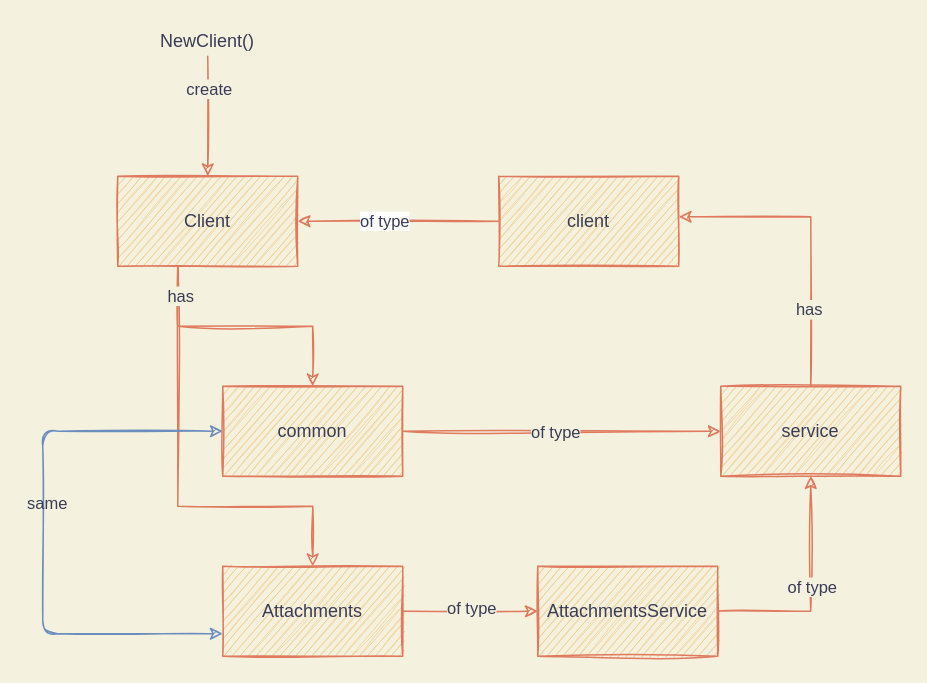
Above: docs/insights/2023/images/reuse-client.drawio in iamsecb/dev-day-journal (draw.io), before the change. Source tidied: cells renumbered, new cells numbered last; positions are measured from the earlier drawing's top-left corner, leaving out a move shared by most shapes. Both pictures are drawn from the tidied source at 150%, with x=0, y=0 at pixel (42, 26).
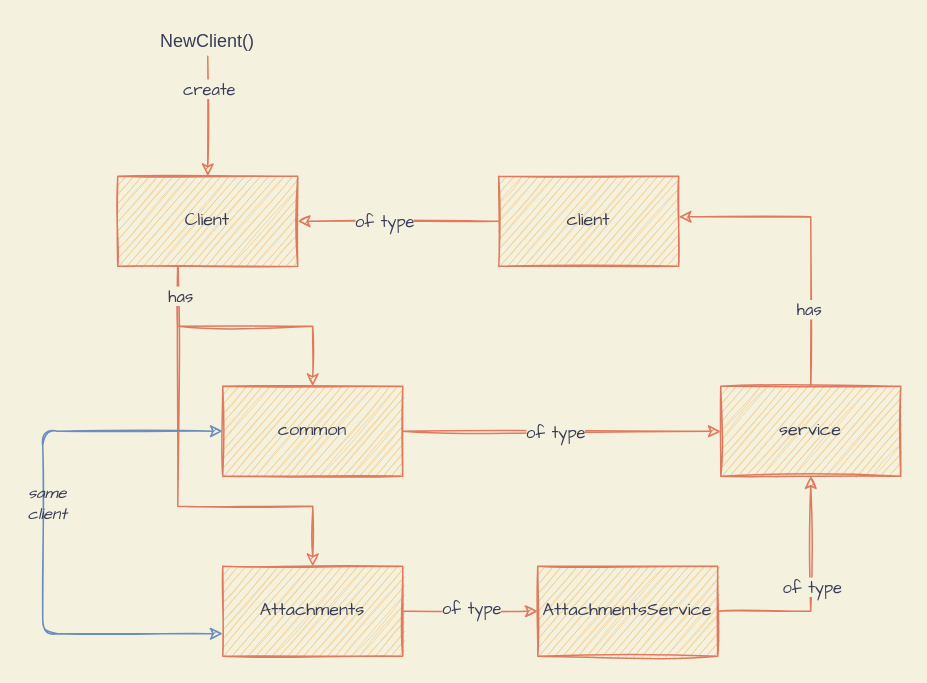
After the change.

Commit message:
style(image): Update font and fix text bg color in reuse-client.drawio

Unchanged cells that the change refers to:
```xml
<mxCell id="14" style="edgeStyle=orthogonalEdgeStyle;rounded=0;jettySize=auto;html=1;entryX=0.5;entryY=0;entryDx=0;entryDy=0;labelBackgroundColor=#F4F1DE;strokeColor=#E07A5F;fontColor=#393C56;sketch=1;" parent="1" edge="1" source="16" target="5">
  <mxGeometry relative="1" as="geometry" />
</mxCell>
```

What changed in the source:
```diff
@@
-    <mxCell id="2" style="edgeStyle=orthogonalEdgeStyle;rounded=0;jettySize=auto;html=1;labelBackgroundColor=#F4F1DE;strokeColor=#E07A5F;fontColor=#393C56;sketch=1;" parent="1" edge="1" source="5" target="10">
+    <mxCell id="2" style="edgeStyle=orthogonalEdgeStyle;rounded=0;jettySize=auto;html=1;labelBackgroundColor=#F4F1DE;strokeColor=#E07A5F;fontColor=#393C56;sketch=1;fontFamily=Comic Sans MS;" parent="1" edge="1" source="5" target="10">
       <mxGeometry relative="1" as="geometry">
         <Array as="points">
           <mxPoint x="90" y="200" />
           <mxPoint x="180" y="200" />
         </Array>
       </mxGeometry>
     </mxCell>
-    <mxCell id="3" style="edgeStyle=orthogonalEdgeStyle;rounded=0;jettySize=auto;html=1;labelBackgroundColor=#F4F1DE;strokeColor=#E07A5F;fontColor=#393C56;sketch=1;" parent="1" edge="1" source="5" target="19">
+    <mxCell id="3" style="edgeStyle=orthogonalEdgeStyle;rounded=0;jettySize=auto;html=1;labelBackgroundColor=#F4F1DE;strokeColor=#E07A5F;fontColor=#393C56;sketch=1;fontFamily=Comic Sans MS;" parent="1" edge="1" source="5" target="19">
       <mxGeometry relative="1" as="geometry">
         <Array as="points">
           <mxPoint x="90" y="320" />
           <mxPoint x="180" y="320" />
         </Array>
       </mxGeometry>
     </mxCell>
-    <mxCell id="4" value="has" style="edgeLabel;html=1;align=center;verticalAlign=middle;labelBackgroundColor=#F4F1DE;fontColor=#393C56;sketch=1;" parent="3" vertex="1">
+    <mxCell id="4" value="has" style="edgeLabel;html=1;align=center;verticalAlign=middle;labelBackgroundColor=#F4F1DE;fontColor=#393C56;sketch=1;fontFamily=Comic Sans MS;" parent="3" vertex="1">
       <mxGeometry x="-0.87" y="1" relative="1" as="geometry" />
     </mxCell>
-    <mxCell id="5" value="Client" style="rounded=0;whiteSpace=wrap;html=1;fillColor=#F2CC8F;strokeColor=#E07A5F;fontColor=#393C56;sketch=1;" parent="1" vertex="1">
+    <mxCell id="5" value="Client" style="rounded=0;whiteSpace=wrap;html=1;fillColor=#F2CC8F;strokeColor=#E07A5F;fontColor=#393C56;sketch=1;fontFamily=Comic Sans MS;" parent="1" vertex="1">
       <mxGeometry x="50" y="100" width="120" height="60" as="geometry" />
     </mxCell>
-    <mxCell id="6" style="edgeStyle=orthogonalEdgeStyle;rounded=0;jettySize=auto;html=1;labelBackgroundColor=#F4F1DE;strokeColor=#E07A5F;fontColor=#393C56;sketch=1;" parent="1" edge="1" source="10" target="13">
+    <mxCell id="6" style="edgeStyle=orthogonalEdgeStyle;rounded=0;jettySize=auto;html=1;labelBackgroundColor=#F4F1DE;strokeColor=#E07A5F;fontColor=#393C56;sketch=1;fontFamily=Comic Sans MS;" parent="1" edge="1" source="10" target="13">
       <mxGeometry relative="1" as="geometry" />
     </mxCell>
-    <mxCell id="7" value="of type" style="edgeLabel;html=1;align=center;verticalAlign=middle;labelBackgroundColor=#F4F1DE;fontColor=#393C56;sketch=1;" parent="6" vertex="1">
+    <mxCell id="7" value="of type" style="edgeLabel;html=1;align=center;verticalAlign=middle;labelBackgroundColor=#F4F1DE;fontColor=#393C56;sketch=1;fontFamily=Comic Sans MS;" parent="6" vertex="1">
       <mxGeometry x="-0.05" relative="1" as="geometry" />
     </mxCell>
-    <mxCell id="8" style="edgeStyle=orthogonalEdgeStyle;curved=0;rounded=1;sketch=1;jettySize=auto;html=1;entryX=0;entryY=0.75;entryDx=0;entryDy=0;strokeColor=#6c8ebf;fillColor=#dae8fc;fontColor=#393C56;startArrow=classic;startFill=1;" parent="1" edge="1" source="10" target="19">
+    <mxCell id="8" style="edgeStyle=orthogonalEdgeStyle;curved=0;rounded=1;sketch=1;jettySize=auto;html=1;entryX=0;entryY=0.75;entryDx=0;entryDy=0;strokeColor=#6c8ebf;fillColor=#dae8fc;fontColor=#393C56;startArrow=classic;startFill=1;fontFamily=Comic Sans MS;" parent="1" edge="1" source="10" target="19">
       <mxGeometry relative="1" as="geometry">
         <Array as="points">
           <mxPoint y="270" />
           <mxPoint y="405" />
         </Array>
       </mxGeometry>
     </mxCell>
-    <mxCell id="9" value="same" style="edgeLabel;html=1;align=center;verticalAlign=middle;fontColor=#393C56;labelBackgroundColor=none;" parent="8" vertex="1">
+    <mxCell id="9" value="&lt;i&gt;same&lt;br&gt;client&lt;/i&gt;" style="edgeLabel;html=1;align=center;verticalAlign=middle;fontColor=#393C56;labelBackgroundColor=none;fontFamily=Comic Sans MS;" parent="8" vertex="1">
       <mxGeometry x="-0.11" y="2" relative="1" as="geometry" />
     </mxCell>
-    <mxCell id="10" value="common" style="rounded=0;whiteSpace=wrap;html=1;fillColor=#F2CC8F;strokeColor=#E07A5F;fontColor=#393C56;sketch=1;" parent="1" vertex="1">
+    <mxCell id="10" value="common" style="rounded=0;whiteSpace=wrap;html=1;fillColor=#F2CC8F;strokeColor=#E07A5F;fontColor=#393C56;sketch=1;fontFamily=Comic Sans MS;" parent="1" vertex="1">
       <mxGeometry x="120" y="240" width="120" height="60" as="geometry" />
     </mxCell>
-    <mxCell id="11" style="edgeStyle=orthogonalEdgeStyle;rounded=0;jettySize=auto;html=1;labelBackgroundColor=#F4F1DE;strokeColor=#E07A5F;fontColor=#393C56;sketch=1;exitX=0.5;exitY=0;exitDx=0;exitDy=0;" parent="1" edge="1" source="13" target="25">
+    <mxCell id="11" style="edgeStyle=orthogonalEdgeStyle;rounded=0;jettySize=auto;html=1;labelBackgroundColor=#F4F1DE;strokeColor=#E07A5F;fontColor=#393C56;sketch=1;exitX=0.5;exitY=0;exitDx=0;exitDy=0;fontFamily=Comic Sans MS;" parent="1" edge="1" source="13" target="25">
       <mxGeometry relative="1" as="geometry">
         <Array as="points">
           <mxPoint x="512" y="127" />
         </Array>
       </mxGeometry>
     </mxCell>
-    <mxCell id="12" value="has" style="edgeLabel;html=1;align=center;verticalAlign=middle;labelBackgroundColor=#F4F1DE;fontColor=#393C56;sketch=1;" parent="11" vertex="1">
+    <mxCell id="12" value="has" style="edgeLabel;html=1;align=center;verticalAlign=middle;labelBackgroundColor=#F4F1DE;fontColor=#393C56;sketch=1;fontFamily=Comic Sans MS;" parent="11" vertex="1">
       <mxGeometry x="-0.48" y="2" relative="1" as="geometry" />
     </mxCell>
-    <mxCell id="13" value="service" style="whiteSpace=wrap;html=1;rounded=0;fillColor=#F2CC8F;strokeColor=#E07A5F;fontColor=#393C56;sketch=1;" parent="1" vertex="1">
+    <mxCell id="13" value="service" style="whiteSpace=wrap;html=1;rounded=0;fillColor=#F2CC8F;strokeColor=#E07A5F;fontColor=#393C56;sketch=1;fontFamily=Comic Sans MS;" parent="1" vertex="1">
       <mxGeometry x="452" y="240" width="120" height="60" as="geometry" />
     </mxCell>
@@
-    <mxCell id="15" value="create" style="edgeLabel;html=1;align=center;verticalAlign=middle;labelBackgroundColor=#F4F1DE;fontColor=#393C56;sketch=1;" parent="14" vertex="1">
+    <mxCell id="15" value="create" style="edgeLabel;html=1;align=center;verticalAlign=middle;labelBackgroundColor=#F4F1DE;fontColor=#393C56;sketch=1;fontFamily=Comic Sans MS;" parent="14" vertex="1">
       <mxGeometry x="-0.48" relative="1" as="geometry" />
     </mxCell>
@@
-    <mxCell id="17" style="edgeStyle=orthogonalEdgeStyle;rounded=0;jettySize=auto;html=1;entryX=0;entryY=0.5;entryDx=0;entryDy=0;labelBackgroundColor=#F4F1DE;strokeColor=#E07A5F;fontColor=#393C56;sketch=1;" parent="1" edge="1" source="19" target="22">
+    <mxCell id="17" style="edgeStyle=orthogonalEdgeStyle;rounded=0;jettySize=auto;html=1;entryX=0;entryY=0.5;entryDx=0;entryDy=0;labelBackgroundColor=#F4F1DE;strokeColor=#E07A5F;fontColor=#393C56;sketch=1;fontFamily=Comic Sans MS;" parent="1" edge="1" source="19" target="22">
       <mxGeometry relative="1" as="geometry" />
     </mxCell>
-    <mxCell id="18" value="of type" style="edgeLabel;html=1;align=center;verticalAlign=middle;labelBackgroundColor=#F4F1DE;fontColor=#393C56;sketch=1;" parent="17" vertex="1">
+    <mxCell id="18" value="of type" style="edgeLabel;html=1;align=center;verticalAlign=middle;labelBackgroundColor=#F4F1DE;fontColor=#393C56;sketch=1;fontFamily=Comic Sans MS;" parent="17" vertex="1">
       <mxGeometry y="3" relative="1" as="geometry" />
     </mxCell>
-    <mxCell id="19" value="Attachments" style="rounded=0;whiteSpace=wrap;html=1;fillColor=#F2CC8F;strokeColor=#E07A5F;fontColor=#393C56;sketch=1;" parent="1" vertex="1">
+    <mxCell id="19" value="Attachments" style="rounded=0;whiteSpace=wrap;html=1;fillColor=#F2CC8F;strokeColor=#E07A5F;fontColor=#393C56;sketch=1;fontFamily=Comic Sans MS;" parent="1" vertex="1">
       <mxGeometry x="120" y="360" width="120" height="60" as="geometry" />
     </mxCell>
-    <mxCell id="20" style="edgeStyle=orthogonalEdgeStyle;rounded=0;jettySize=auto;html=1;labelBackgroundColor=#F4F1DE;strokeColor=#E07A5F;fontColor=#393C56;sketch=1;" parent="1" edge="1" source="22" target="13">
+    <mxCell id="20" style="edgeStyle=orthogonalEdgeStyle;rounded=0;jettySize=auto;html=1;labelBackgroundColor=#F4F1DE;strokeColor=#E07A5F;fontColor=#393C56;sketch=1;fontFamily=Comic Sans MS;" parent="1" edge="1" source="22" target="13">
       <mxGeometry relative="1" as="geometry" />
     </mxCell>
-    <mxCell id="21" value="of type" style="edgeLabel;html=1;align=center;verticalAlign=middle;labelBackgroundColor=#F4F1DE;fontColor=#393C56;sketch=1;" parent="20" vertex="1">
+    <mxCell id="21" value="of type" style="edgeLabel;html=1;align=center;verticalAlign=middle;labelBackgroundColor=#F4F1DE;fontColor=#393C56;sketch=1;fontFamily=Comic Sans MS;" parent="20" vertex="1">
       <mxGeometry x="0.04" relative="1" as="geometry" />
     </mxCell>
-    <mxCell id="22" value="AttachmentsService" style="rounded=0;whiteSpace=wrap;html=1;fillColor=#F2CC8F;strokeColor=#E07A5F;fontColor=#393C56;sketch=1;" parent="1" vertex="1">
+    <mxCell id="22" value="AttachmentsService" style="rounded=0;whiteSpace=wrap;html=1;fillColor=#F2CC8F;strokeColor=#E07A5F;fontColor=#393C56;sketch=1;fontFamily=Comic Sans MS;" parent="1" vertex="1">
       <mxGeometry x="330" y="360" width="120" height="60" as="geometry" />
     </mxCell>
-    <mxCell id="23" style="edgeStyle=orthogonalEdgeStyle;curved=0;rounded=1;sketch=1;jettySize=auto;html=1;entryX=1;entryY=0.5;entryDx=0;entryDy=0;startArrow=none;startFill=0;strokeColor=#E07A5F;fillColor=#F2CC8F;fontColor=#393C56;" parent="1" edge="1" source="25" target="5">
+    <mxCell id="23" style="edgeStyle=orthogonalEdgeStyle;curved=0;rounded=1;sketch=1;jettySize=auto;html=1;entryX=1;entryY=0.5;entryDx=0;entryDy=0;startArrow=none;startFill=0;strokeColor=#E07A5F;fillColor=#F2CC8F;fontColor=#393C56;fontFamily=Comic Sans MS;" parent="1" edge="1" source="25" target="5">
       <mxGeometry relative="1" as="geometry" />
     </mxCell>
-    <mxCell id="24" value="of type" style="edgeLabel;html=1;align=center;verticalAlign=middle;fontColor=#393C56;" parent="23" vertex="1">
+    <mxCell id="24" value="of type" style="edgeLabel;html=1;align=center;verticalAlign=middle;fontColor=#393C56;labelBackgroundColor=#F4F1DE;fontFamily=Comic Sans MS;" parent="23" vertex="1">
       <mxGeometry x="0.15" y="-1" relative="1" as="geometry" />
     </mxCell>
-    <mxCell id="25" value="client" style="rounded=0;whiteSpace=wrap;html=1;fillColor=#F2CC8F;strokeColor=#E07A5F;fontColor=#393C56;sketch=1;" parent="1" vertex="1">
+    <mxCell id="25" value="client" style="rounded=0;whiteSpace=wrap;html=1;fillColor=#F2CC8F;strokeColor=#E07A5F;fontColor=#393C56;sketch=1;fontFamily=Comic Sans MS;" parent="1" vertex="1">
       <mxGeometry x="304" y="100" width="120" height="60" as="geometry" />
     </mxCell>
```
